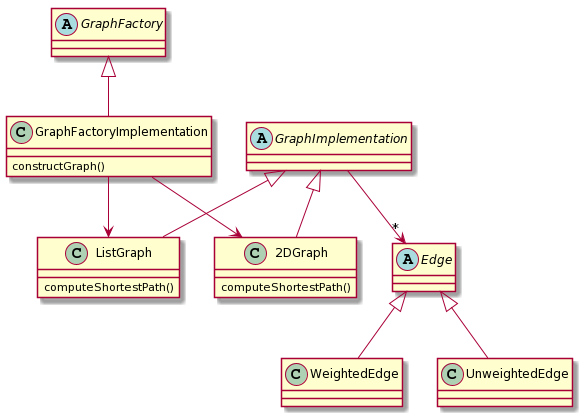
Earlier version of the PlantUML export images/FactoryMethodDiagram.png (dgruninger97/Homework3).
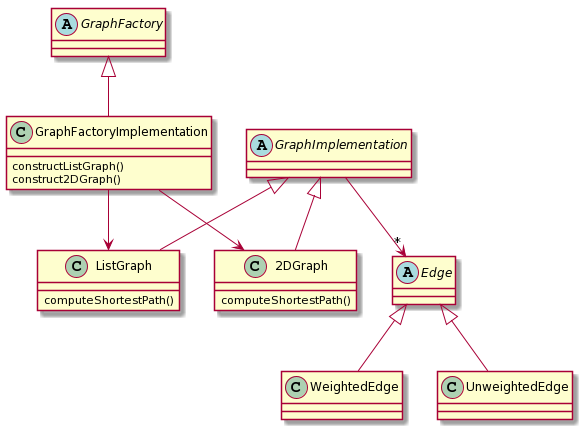
The same diagram one commit later.

Commit message:
Entry 1 images and abstract factory

What changed in the source:
```diff
@@ -10,7 +10,8 @@
 abstract class GraphFactory{
 }
 class GraphFactoryImplementation extends GraphFactory{
-constructGraph()
+constructListGraph()
+construct2DGraph()
 }
 
 abstract class Edge{
```
